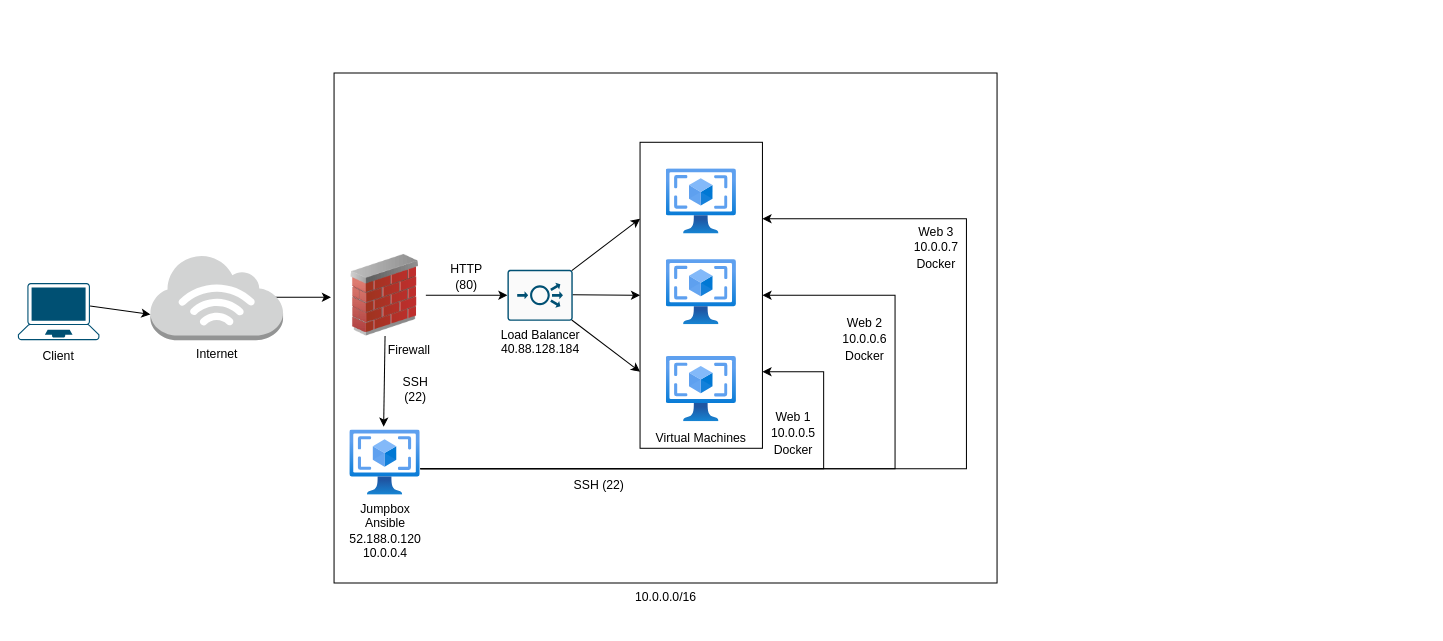
Before: Untitled Diagram.drawio in ZAMINXX/Weekly-Homework, a draw.io diagram. Source tidied: cells renumbered, new cells numbered last; positions are measured from the earlier drawing's top-left corner, leaving out a move shared by most shapes. Both pictures are drawn from the tidied source at 102%, with x=0, y=0 at pixel (17, 72).
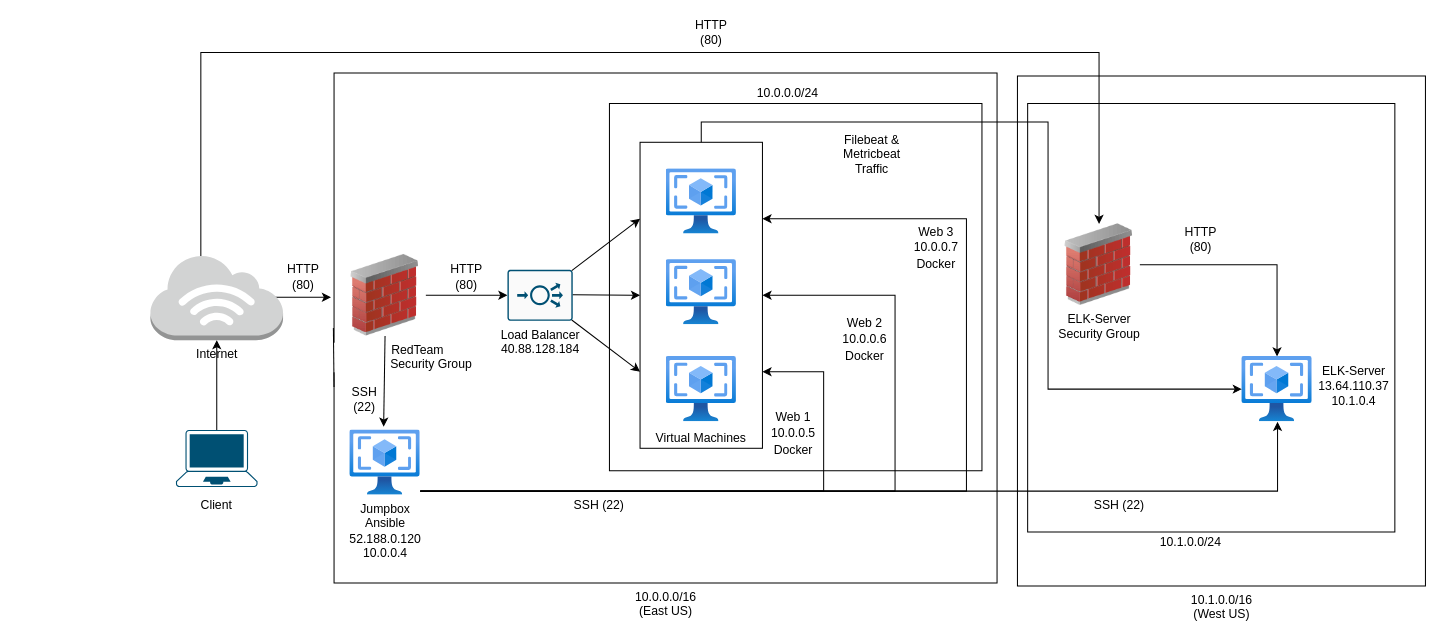
After the change.

Commit message:
Cloud Diagram 1

Unchanged cells that the change refers to:
```xml
<mxCell id="12" value="Jumpbox &lt;br&gt;Ansible&lt;br&gt;52.188.0.120&lt;br&gt;10.0.0.4" style="html=1;points=[];align=center;image;fontSize=12;image=img/lib/azure2/compute/VM_Images_Classic.svg;" parent="1" vertex="1">
  <mxGeometry x="325.5" y="350" width="69" height="64" as="geometry" />
</mxCell>
<mxCell id="17" style="rounded=0;whiteSpace=wrap;html=1;" parent="16" vertex="1">
  <mxGeometry width="120" height="300" as="geometry" />
</mxCell>
<mxCell id="24" value="Internet" style="outlineConnect=0;dashed=0;verticalLabelPosition=bottom;verticalAlign=top;align=center;html=1;shape=mxgraph.aws3.internet_3;fillColor=#D2D3D3;gradientColor=none;" parent="1" vertex="1">
  <mxGeometry x="130" y="178" width="130" height="84" as="geometry" />
</mxCell>
```

What changed in the source:
```diff
@@
+    <mxCell id="36" value="10.1.0.0/16&lt;br&gt;(West US)" style="verticalLabelPosition=bottom;verticalAlign=top;html=1;shape=mxgraph.basic.rect;fillColor2=none;strokeWidth=1;size=20;indent=5;" parent="1" vertex="1">
+      <mxGeometry x="980" y="3" width="400" height="500" as="geometry" />
+    </mxCell>
+    <mxCell id="37" style="verticalLabelPosition=bottom;verticalAlign=top;html=1;shape=mxgraph.basic.rect;fillColor2=none;strokeWidth=1;size=90;indent=100;" parent="1" vertex="1">
+      <mxGeometry x="990" y="30" width="360" height="420" as="geometry" />
+    </mxCell>
-    <mxCell id="2" value="10.0.0.0/16" style="verticalLabelPosition=bottom;verticalAlign=top;html=1;shape=mxgraph.basic.rect;fillColor2=none;strokeWidth=1;size=20;indent=5;" parent="1" vertex="1">
+    <mxCell id="2" value="10.0.0.0/16&lt;br&gt;(East US)" style="verticalLabelPosition=bottom;verticalAlign=top;html=1;shape=mxgraph.basic.rect;fillColor2=none;strokeWidth=1;size=20;indent=5;" parent="1" vertex="1">
       <mxGeometry x="310" width="650" height="500" as="geometry" />
     </mxCell>
+    <mxCell id="38" style="verticalLabelPosition=bottom;verticalAlign=top;html=1;shape=mxgraph.basic.rect;fillColor2=none;strokeWidth=1;size=30;indent=100;" parent="1" vertex="1">
+      <mxGeometry x="580" y="30" width="365.2" height="360" as="geometry" />
+    </mxCell>
@@
-    <mxCell id="4" value="&amp;nbsp; &amp;nbsp; &amp;nbsp; &amp;nbsp; &amp;nbsp; &amp;nbsp; &amp;nbsp; Firewall" style="image;html=1;image=img/lib/clip_art/networking/Firewall_02_128x128.png;" parent="1" vertex="1">
+    <mxCell id="4" value="&amp;nbsp; &amp;nbsp; &amp;nbsp; &amp;nbsp; &amp;nbsp; &amp;nbsp; &amp;nbsp; &amp;nbsp; &amp;nbsp; &amp;nbsp;RedTeam&lt;br&gt;&amp;nbsp; &amp;nbsp; &amp;nbsp; &amp;nbsp; &amp;nbsp; &amp;nbsp; &amp;nbsp; &amp;nbsp; &amp;nbsp; &amp;nbsp; &amp;nbsp; &amp;nbsp; &amp;nbsp; &amp;nbsp;Security Group" style="image;html=1;image=img/lib/clip_art/networking/Firewall_02_128x128.png;" parent="1" vertex="1">
       <mxGeometry x="320" y="178" width="80" height="80" as="geometry" />
     </mxCell>
@@
     <mxCell id="6" value="Client" style="text;html=1;strokeColor=none;fillColor=none;align=center;verticalAlign=middle;whiteSpace=wrap;rounded=0;" parent="1" vertex="1">
-      <mxGeometry x="20" y="268" width="40" height="20" as="geometry" />
+      <mxGeometry x="175" y="414" width="40" height="20" as="geometry" />
     </mxCell>
     <mxCell id="7" style="points=[[0.13,0.02,0],[0.5,0,0],[0.87,0.02,0],[0.885,0.4,0],[0.985,0.985,0],[0.5,1,0],[0.015,0.985,0],[0.115,0.4,0]];verticalLabelPosition=bottom;html=1;verticalAlign=top;align=center;shape=mxgraph.cisco19.laptop;fillColor=#005073;strokeColor=none;" parent="1" vertex="1">
-      <mxGeometry y="206" width="80" height="56" as="geometry" />
+      <mxGeometry x="155" y="350" width="80" height="56" as="geometry" />
     </mxCell>
     <mxCell id="8" style="edgeStyle=orthogonalEdgeStyle;rounded=0;jettySize=auto;html=1;entryX=1;entryY=0.75;entryDx=0;entryDy=0;" parent="1" edge="1" source="12" target="17">
       <mxGeometry relative="1" as="geometry">
         <Array as="points">
-          <mxPoint x="790" y="388" />
+          <mxPoint x="790" y="410" />
           <mxPoint x="790" y="293" />
         </Array>
       </mxGeometry>
     </mxCell>
@@
     <mxCell id="10" style="edgeStyle=orthogonalEdgeStyle;rounded=0;jettySize=auto;html=1;entryX=1;entryY=0.5;entryDx=0;entryDy=0;" parent="1" edge="1" source="12" target="17">
       <mxGeometry relative="1" as="geometry">
         <Array as="points">
-          <mxPoint x="860" y="388" />
+          <mxPoint x="860" y="410" />
           <mxPoint x="860" y="218" />
         </Array>
       </mxGeometry>
     </mxCell>
     <mxCell id="11" style="edgeStyle=orthogonalEdgeStyle;rounded=0;jettySize=auto;html=1;entryX=1;entryY=0.25;entryDx=0;entryDy=0;" parent="1" edge="1" source="12" target="17">
       <mxGeometry relative="1" as="geometry">
         <Array as="points">
-          <mxPoint x="930" y="388" />
+          <mxPoint x="930" y="410" />
           <mxPoint x="930" y="143" />
         </Array>
       </mxGeometry>
     </mxCell>
+    <mxCell id="39" style="edgeStyle=orthogonalEdgeStyle;rounded=0;jettySize=auto;html=1;" parent="1" edge="1" source="12" target="43">
+      <mxGeometry relative="1" as="geometry">
+        <Array as="points">
+          <mxPoint x="1235" y="410" />
+        </Array>
+      </mxGeometry>
+    </mxCell>
@@
+    <mxCell id="40" style="edgeStyle=orthogonalEdgeStyle;rounded=0;jettySize=auto;html=1;exitX=0.38;exitY=0.02;exitDx=0;exitDy=0;exitPerimeter=0;entryX=0.5;entryY=0;entryDx=0;entryDy=0;" parent="1" edge="1" source="24" target="42">
+      <mxGeometry relative="1" as="geometry">
+        <Array as="points">
+          <mxPoint x="179" y="-20" />
+          <mxPoint x="1060" y="-20" />
+        </Array>
+      </mxGeometry>
+    </mxCell>
@@
     <mxCell id="26" value="SSH (22)" style="text;html=1;strokeColor=none;fillColor=none;align=center;verticalAlign=middle;whiteSpace=wrap;rounded=0;" parent="1" vertex="1">
-      <mxGeometry x="370" y="300" width="40" height="20" as="geometry" />
+      <mxGeometry x="320" y="310" width="40" height="20" as="geometry" />
     </mxCell>
@@
     <mxCell id="28" value="SSH (22)" style="text;html=1;strokeColor=none;fillColor=none;align=center;verticalAlign=middle;whiteSpace=wrap;rounded=0;" parent="1" vertex="1">
-      <mxGeometry x="529.5" y="394" width="80" height="20" as="geometry" />
+      <mxGeometry x="529.5" y="414" width="80" height="20" as="geometry" />
     </mxCell>
@@
-    <mxCell id="32" style="endArrow=classic;html=1;startArrow=none;exitX=0.885;exitY=0.4;exitDx=0;exitDy=0;exitPerimeter=0;entryX=0;entryY=0.7;entryDx=0;entryDy=0;entryPerimeter=0;" parent="1" edge="1" source="7" target="24">
+    <mxCell id="32" style="endArrow=classic;html=1;startArrow=none;exitX=0.5;exitY=0;exitDx=0;exitDy=0;exitPerimeter=0;entryX=0.5;entryY=1;entryDx=0;entryDy=0;entryPerimeter=0;" parent="1" edge="1" source="7" target="24">
       <mxGeometry relative="1" as="geometry" />
     </mxCell>
@@
+    <mxCell id="41" style="edgeStyle=orthogonalEdgeStyle;rounded=0;jettySize=auto;html=1;exitX=1;exitY=0.5;exitDx=0;exitDy=0;" parent="1" edge="1" source="42" target="43">
+      <mxGeometry relative="1" as="geometry" />
+    </mxCell>
+    <mxCell id="42" value="ELK-Server&lt;br&gt;Security Group" style="image;html=1;image=img/lib/clip_art/networking/Firewall_02_128x128.png;" parent="1" vertex="1">
+      <mxGeometry x="1020" y="148" width="80" height="80" as="geometry" />
+    </mxCell>
+    <mxCell id="43" style="html=1;points=[];align=center;image;fontSize=12;image=img/lib/azure2/compute/VM_Images_Classic.svg;" parent="1" vertex="1">
+      <mxGeometry x="1200" y="278" width="69" height="64" as="geometry" />
+    </mxCell>
+    <mxCell id="44" value="ELK-Server&lt;br&gt;13.64.110.37&lt;br&gt;10.1.0.4" style="text;html=1;strokeColor=none;fillColor=none;align=center;verticalAlign=middle;whiteSpace=wrap;rounded=0;" parent="1" vertex="1">
+      <mxGeometry x="1250" y="284" width="120" height="46" as="geometry" />
+    </mxCell>
+    <mxCell id="45" style="edgeStyle=orthogonalEdgeStyle;rounded=0;jettySize=auto;html=1;exitX=0.5;exitY=0;exitDx=0;exitDy=0;" parent="1" edge="1" source="17" target="43">
+      <mxGeometry relative="1" as="geometry">
+        <Array as="points">
+          <mxPoint x="670" y="48" />
+          <mxPoint x="1010" y="48" />
+          <mxPoint x="1010" y="310" />
+        </Array>
+      </mxGeometry>
+    </mxCell>
+    <mxCell id="46" value="Filebeat &amp;amp; Metricbeat&lt;br&gt;Traffic" style="text;html=1;strokeColor=none;fillColor=none;align=center;verticalAlign=middle;whiteSpace=wrap;rounded=0;" parent="1" vertex="1">
+      <mxGeometry x="790" y="50" width="95" height="60" as="geometry" />
+    </mxCell>
+    <mxCell id="47" value="10.0.0.0/24" style="text;html=1;strokeColor=none;fillColor=none;align=center;verticalAlign=middle;whiteSpace=wrap;rounded=0;" parent="1" vertex="1">
+      <mxGeometry x="735" y="10" width="40" height="20" as="geometry" />
+    </mxCell>
+    <mxCell id="48" value="HTTP (80)" style="text;html=1;strokeColor=none;fillColor=none;align=center;verticalAlign=middle;whiteSpace=wrap;rounded=0;" parent="1" vertex="1">
+      <mxGeometry x="1140" y="153" width="40" height="20" as="geometry" />
+    </mxCell>
+    <mxCell id="49" value="SSH (22)" style="text;html=1;strokeColor=none;fillColor=none;align=center;verticalAlign=middle;whiteSpace=wrap;rounded=0;" parent="1" vertex="1">
+      <mxGeometry x="1040" y="414" width="80" height="20" as="geometry" />
+    </mxCell>
+    <mxCell id="50" value="10.1.0.0/24" style="text;html=1;strokeColor=none;fillColor=none;align=center;verticalAlign=middle;whiteSpace=wrap;rounded=0;" parent="1" vertex="1">
+      <mxGeometry x="1110" y="450" width="80" height="20" as="geometry" />
+    </mxCell>
+    <mxCell id="51" value="HTTP (80)" style="text;html=1;strokeColor=none;fillColor=none;align=center;verticalAlign=middle;whiteSpace=wrap;rounded=0;" parent="1" vertex="1">
+      <mxGeometry x="260" y="190" width="40" height="20" as="geometry" />
+    </mxCell>
+    <mxCell id="52" value="HTTP (80)" style="text;html=1;strokeColor=none;fillColor=none;align=center;verticalAlign=middle;whiteSpace=wrap;rounded=0;" parent="1" vertex="1">
+      <mxGeometry x="660" y="-50" width="40" height="20" as="geometry" />
+    </mxCell>
+    <mxCell id="53" style="endArrow=none;html=1;entryX=-0.001;entryY=0.5;entryDx=0;entryDy=0;entryPerimeter=0;" parent="1" edge="1" target="2">
+      <mxGeometry relative="1" as="geometry">
+        <mxPoint x="310" y="308" as="sourcePoint" />
+      </mxGeometry>
+    </mxCell>
```
